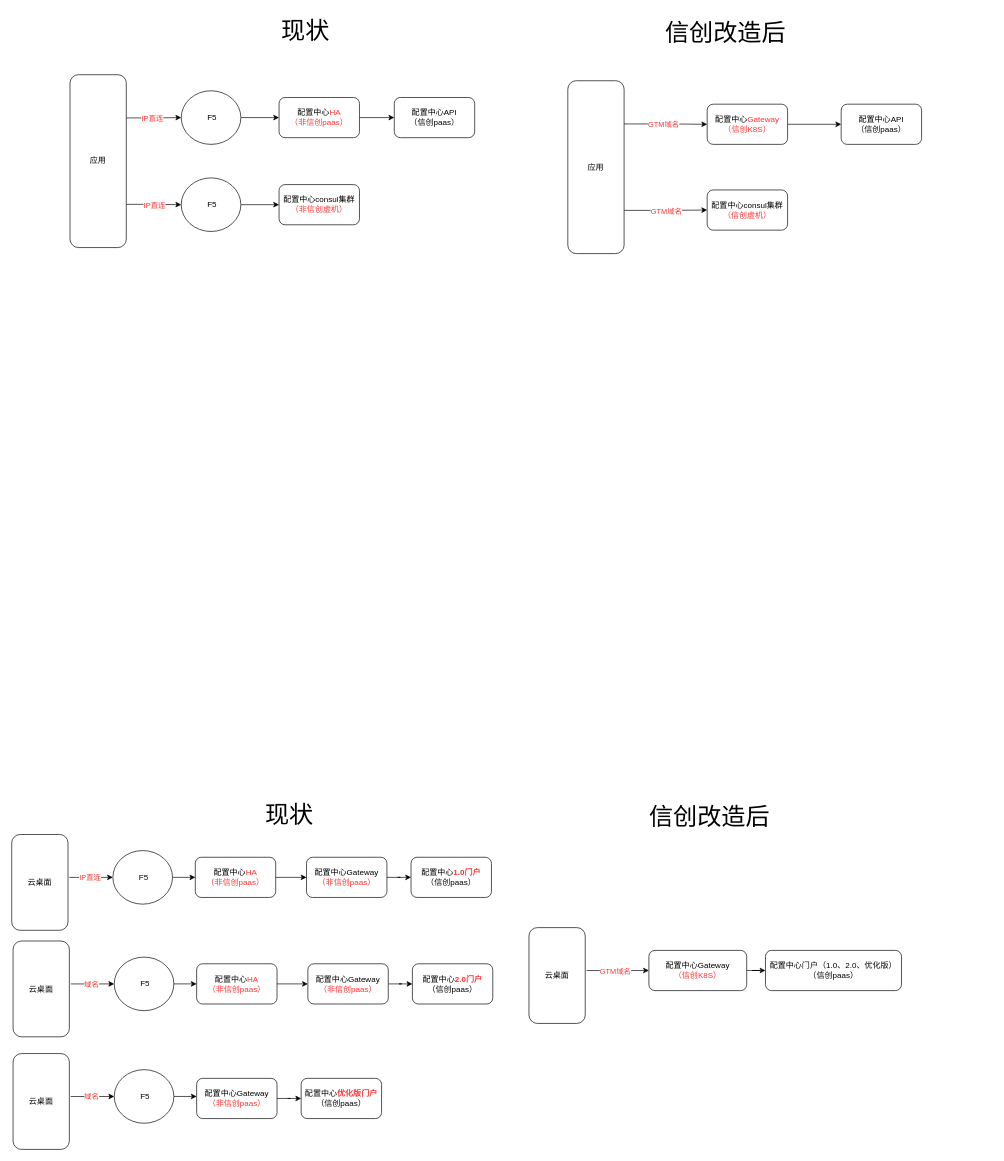
Earlier version of the draw.io diagram 配置中心虚机信创.drawio (pbxnn/draw). Source tidied: cells renumbered, new cells numbered last; positions are measured from the earlier drawing's top-left corner, leaving out a move shared by most shapes. Both pictures are drawn from the tidied source at 67%, with x=0, y=0 at pixel (11, 11).
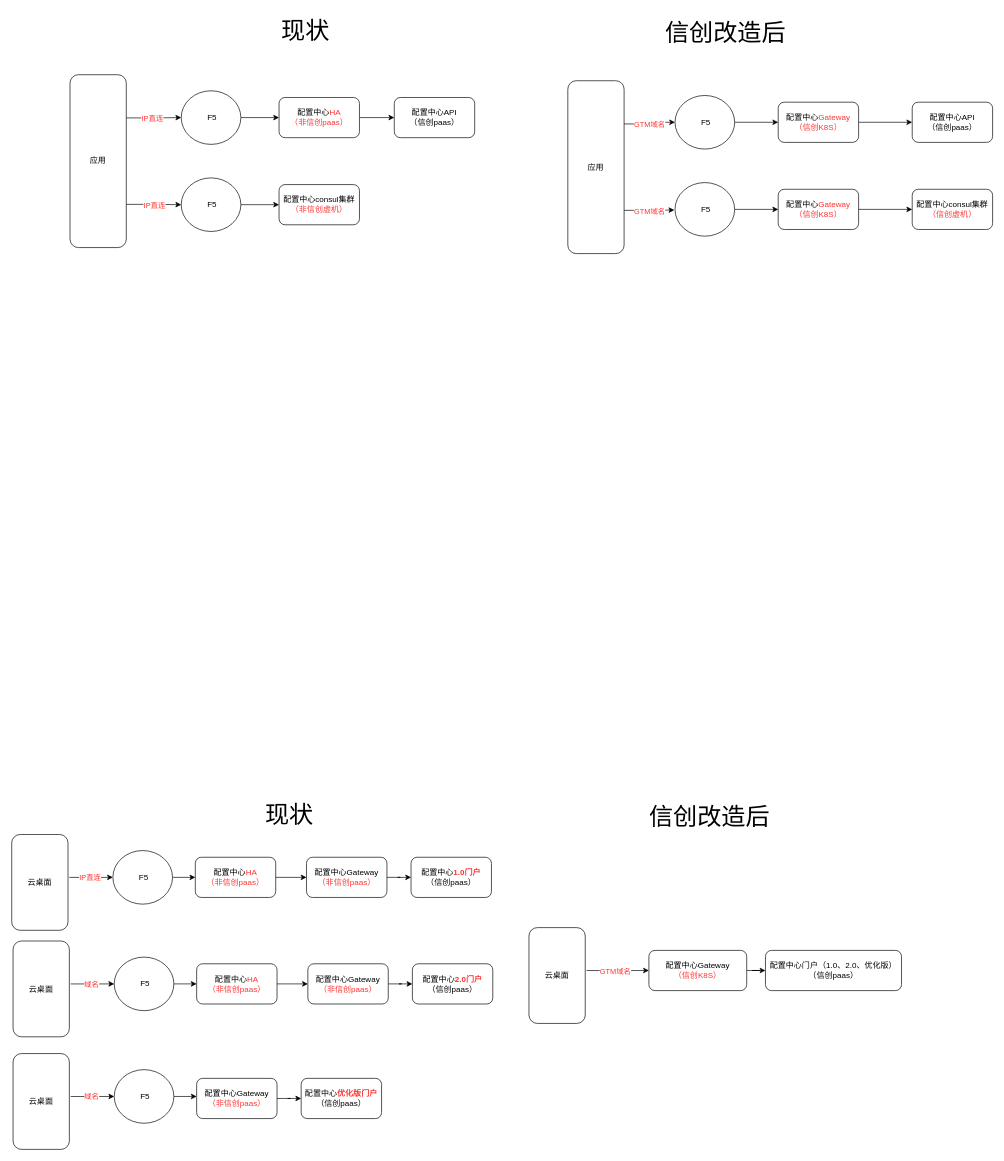
Above is the later version.

Commit message:
更新配置中心虚机信创.drawio

Unchanged cells that the change refers to:
```xml
<mxCell id="17" value="应用" style="rounded=1;whiteSpace=wrap;html=1;" parent="1" vertex="1">
  <mxGeometry x="830" y="103" width="84" height="258" as="geometry" />
</mxCell>
```

The edit, as a diff of the source:
```diff
@@
-    <mxCell id="13" style="edgeStyle=orthogonalEdgeStyle;rounded=0;jettySize=auto;html=1;exitX=1;exitY=0.25;exitDx=0;exitDy=0;" parent="1" edge="1" source="17" target="19">
+    <mxCell id="13" style="edgeStyle=orthogonalEdgeStyle;rounded=0;jettySize=auto;html=1;exitX=1;exitY=0.25;exitDx=0;exitDy=0;entryX=0;entryY=0.5;entryDx=0;entryDy=0;" parent="1" edge="1" source="17" target="63">
       <mxGeometry relative="1" as="geometry" />
     </mxCell>
@@
-    <mxCell id="15" style="edgeStyle=orthogonalEdgeStyle;rounded=0;jettySize=auto;html=1;exitX=1;exitY=0.75;exitDx=0;exitDy=0;entryX=0;entryY=0.5;entryDx=0;entryDy=0;" parent="1" edge="1" source="17" target="20">
-      <mxGeometry relative="1" as="geometry" />
+    <mxCell id="15" style="edgeStyle=orthogonalEdgeStyle;rounded=0;jettySize=auto;html=1;exitX=1;exitY=0.75;exitDx=0;exitDy=0;" parent="1" edge="1" source="17">
+      <mxGeometry relative="1" as="geometry">
+        <mxPoint x="989" y="296" as="targetPoint" />
+      </mxGeometry>
     </mxCell>
@@
     <mxCell id="19" value="配置中心&lt;font color=&quot;#ff3333&quot;&gt;Gateway&lt;/font&gt;&lt;div&gt;&lt;font color=&quot;#ff3333&quot;&gt;（信创K8S）&lt;/font&gt;&lt;/div&gt;" style="rounded=1;whiteSpace=wrap;html=1;" parent="1" vertex="1">
-      <mxGeometry x="1038" y="138" width="120" height="60" as="geometry" />
+      <mxGeometry x="1144" y="135" width="120" height="60" as="geometry" />
     </mxCell>
     <mxCell id="20" value="配置中心consul集群&lt;div&gt;&lt;font color=&quot;#ff3333&quot;&gt;（信创虚机）&lt;/font&gt;&lt;/div&gt;" style="rounded=1;whiteSpace=wrap;html=1;" parent="1" vertex="1">
-      <mxGeometry x="1038" y="266" width="120" height="60" as="geometry" />
+      <mxGeometry x="1344" y="265" width="120" height="60" as="geometry" />
     </mxCell>
     <mxCell id="21" value="配置中心API&lt;div&gt;（信创paas）&lt;/div&gt;" style="whiteSpace=wrap;html=1;rounded=1;" parent="1" vertex="1">
-      <mxGeometry x="1238" y="138" width="120" height="60" as="geometry" />
+      <mxGeometry x="1344" y="135" width="120" height="60" as="geometry" />
     </mxCell>
@@
+    <mxCell id="62" style="edgeStyle=orthogonalEdgeStyle;rounded=0;jettySize=auto;html=1;" parent="1" edge="1" source="63" target="19">
+      <mxGeometry relative="1" as="geometry" />
+    </mxCell>
+    <mxCell id="63" value="&amp;nbsp;F5" style="ellipse;whiteSpace=wrap;html=1;" parent="1" vertex="1">
+      <mxGeometry x="990" y="125" width="89" height="80" as="geometry" />
+    </mxCell>
+    <mxCell id="64" style="edgeStyle=orthogonalEdgeStyle;rounded=0;jettySize=auto;html=1;" parent="1" edge="1" source="65" target="67">
+      <mxGeometry relative="1" as="geometry" />
+    </mxCell>
+    <mxCell id="65" value="&amp;nbsp;F5" style="ellipse;whiteSpace=wrap;html=1;" parent="1" vertex="1">
+      <mxGeometry x="990" y="255" width="89" height="80" as="geometry" />
+    </mxCell>
+    <mxCell id="66" style="edgeStyle=orthogonalEdgeStyle;rounded=0;jettySize=auto;html=1;" parent="1" edge="1" source="67" target="20">
+      <mxGeometry relative="1" as="geometry" />
+    </mxCell>
+    <mxCell id="67" value="配置中心&lt;font color=&quot;#ff3333&quot;&gt;Gateway&lt;/font&gt;&lt;div&gt;&lt;font color=&quot;#ff3333&quot;&gt;（信创K8S）&lt;/font&gt;&lt;/div&gt;" style="rounded=1;whiteSpace=wrap;html=1;" parent="1" vertex="1">
+      <mxGeometry x="1144" y="265" width="120" height="60" as="geometry" />
+    </mxCell>
```
